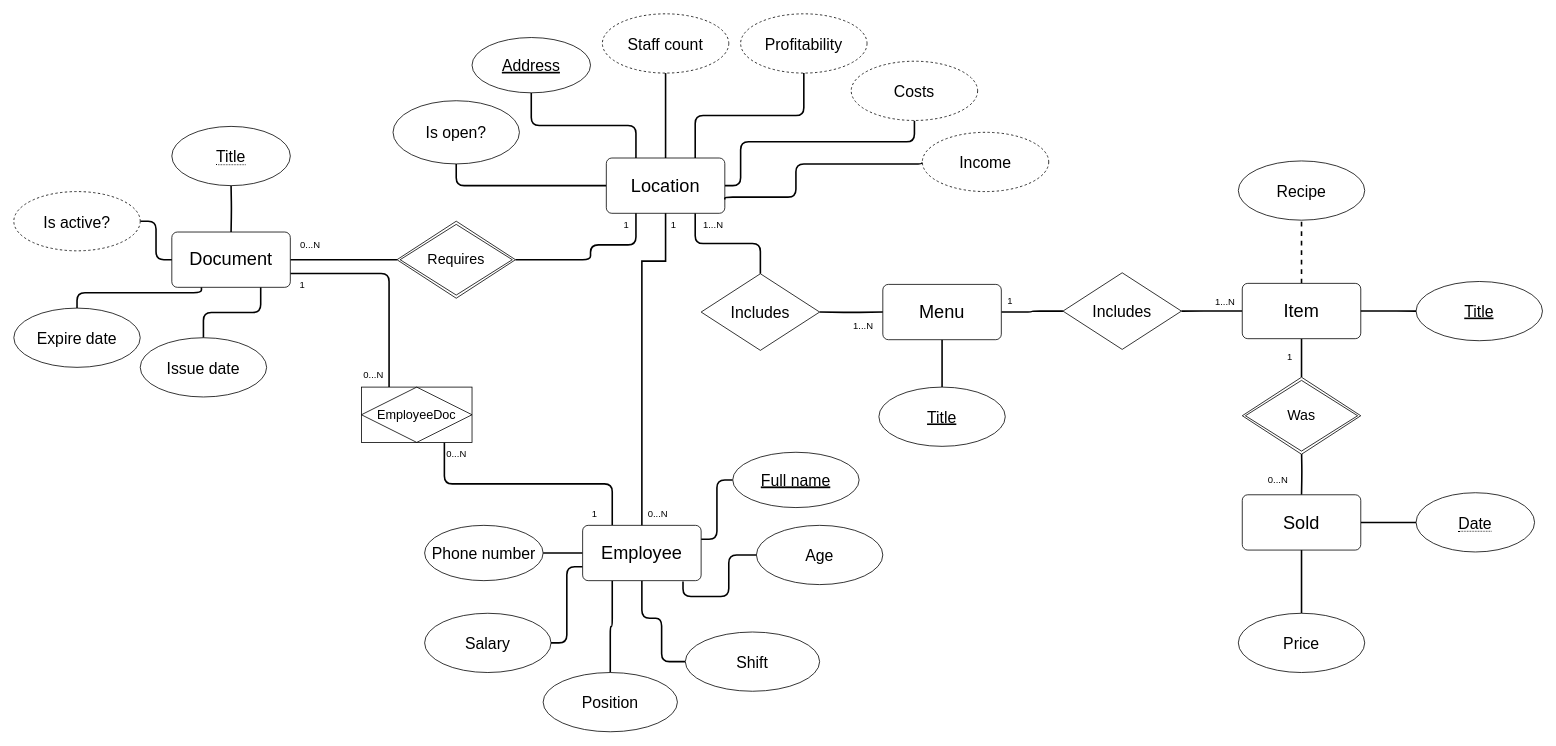
Before: lab1/diagrams/chen/er-chen.drawio.xml in MihajloVat/KPI_labs_3_sem, a draw.io diagram. Source tidied: cells renumbered, new cells numbered last; positions are measured from the earlier drawing's top-left corner, leaving out a move shared by most shapes. Both pictures are drawn from the tidied source at 79%, with x=0, y=0 at pixel (13, 13).
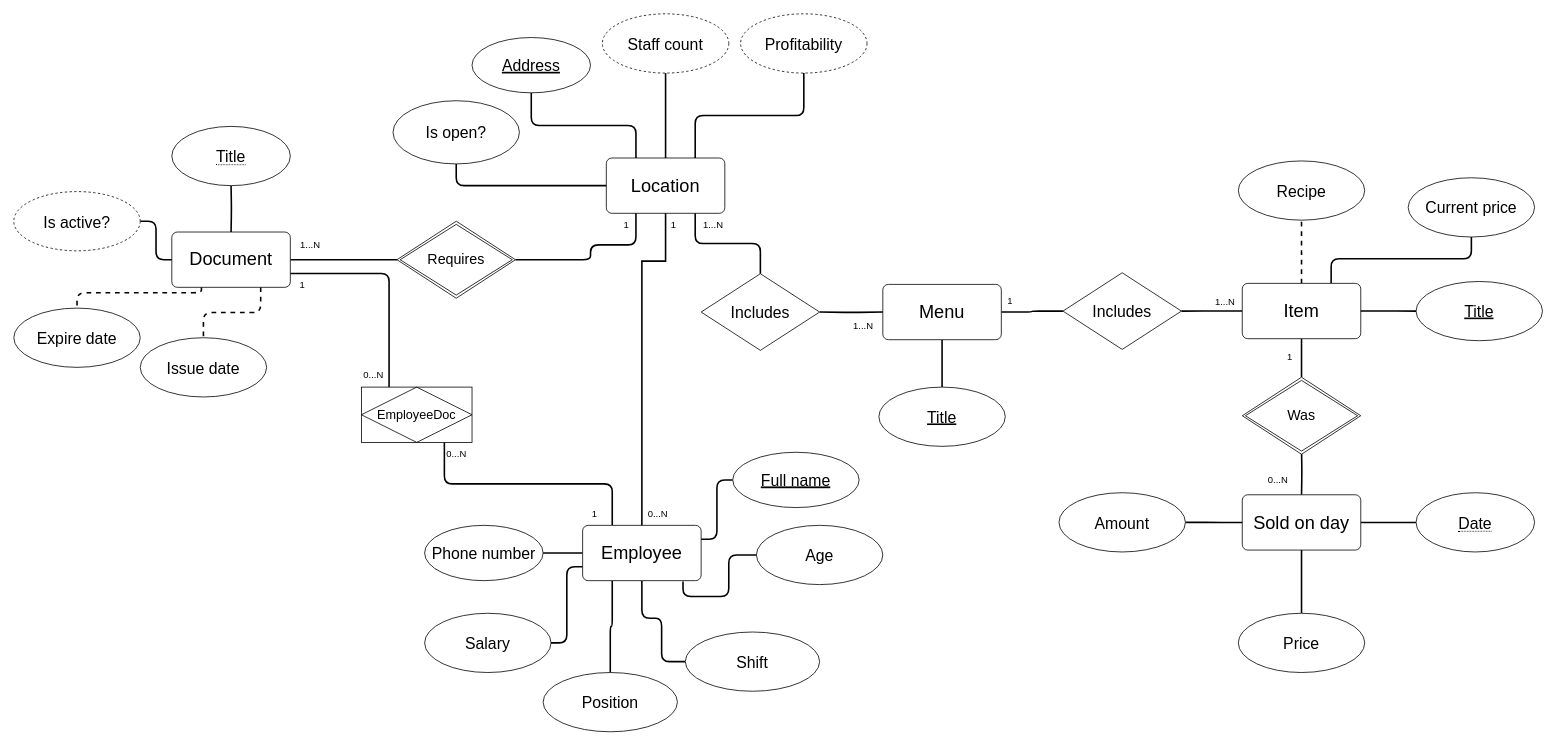
Above is the later version.

Unchanged cells that the change refers to:
```xml
<mxCell id="8" value="&lt;font style=&quot;font-size: 23px;&quot;&gt;Location&lt;/font&gt;" style="rounded=1;arcSize=10;whiteSpace=wrap;html=1;align=center;" parent="1" vertex="1">
  <mxGeometry x="750" y="182.5" width="150" height="70" as="geometry" />
</mxCell>
<mxCell id="24" value="&lt;span style=&quot;font-size: 23px;&quot;&gt;Item&lt;/span&gt;" style="rounded=1;arcSize=10;whiteSpace=wrap;html=1;align=center;" parent="1" vertex="1">
  <mxGeometry x="1555" y="341.2" width="150" height="70" as="geometry" />
</mxCell>
<mxCell id="31" value="&lt;span style=&quot;font-size: 20px;&quot;&gt;Issue date&lt;/span&gt;" style="ellipse;whiteSpace=wrap;html=1;align=center;" parent="1" vertex="1">
  <mxGeometry x="160" y="410" width="160" height="75" as="geometry" />
</mxCell>
<mxCell id="49" value="&lt;span style=&quot;font-size: 23px;&quot;&gt;Document&lt;/span&gt;" style="rounded=1;arcSize=10;whiteSpace=wrap;html=1;align=center;" parent="1" vertex="1">
  <mxGeometry x="200" y="276.2" width="150" height="70" as="geometry" />
</mxCell>
<mxCell id="57" value="&lt;span style=&quot;font-size: 20px;&quot;&gt;Expire date&lt;/span&gt;" style="ellipse;whiteSpace=wrap;html=1;align=center;" parent="1" vertex="1">
  <mxGeometry y="372.5" width="160" height="75" as="geometry" />
</mxCell>
```

Diff of the diagram source:
```diff
@@
-    <mxCell id="4" style="edgeStyle=orthogonalEdgeStyle;rounded=1;jettySize=auto;html=1;exitX=1;exitY=0.5;exitDx=0;exitDy=0;strokeWidth=2;curved=0;endArrow=none;endFill=0;entryX=0.5;entryY=1;entryDx=0;entryDy=0;" parent="1" edge="1" source="8" target="45">
-      <mxGeometry relative="1" as="geometry">
-        <Array as="points">
-          <mxPoint x="920" y="218" />
-          <mxPoint x="920" y="162" />
-          <mxPoint x="1140" y="162" />
-        </Array>
-      </mxGeometry>
-    </mxCell>
@@
+    <mxCell id="80" style="edgeStyle=orthogonalEdgeStyle;rounded=1;jettySize=auto;html=1;exitX=0.75;exitY=0;exitDx=0;exitDy=0;entryX=0.5;entryY=1;entryDx=0;entryDy=0;curved=0;strokeWidth=2;endArrow=none;endFill=0;" parent="1" edge="1" source="24" target="82">
+      <mxGeometry relative="1" as="geometry">
+        <Array as="points">
+          <mxPoint x="1668" y="310" />
+          <mxPoint x="1845" y="310" />
+        </Array>
+      </mxGeometry>
+    </mxCell>
@@
-    <mxCell id="29" style="edgeStyle=orthogonalEdgeStyle;rounded=1;jettySize=auto;html=1;exitX=0.75;exitY=1;exitDx=0;exitDy=0;entryX=0.5;entryY=0;entryDx=0;entryDy=0;strokeWidth=2;endArrow=none;endFill=0;curved=0;" parent="1" edge="1" source="49" target="31">
+    <mxCell id="29" style="edgeStyle=orthogonalEdgeStyle;rounded=1;jettySize=auto;html=1;exitX=0.75;exitY=1;exitDx=0;exitDy=0;entryX=0.5;entryY=0;entryDx=0;entryDy=0;strokeWidth=2;endArrow=none;endFill=0;curved=0;dashed=1;" parent="1" edge="1" source="49" target="31">
       <mxGeometry relative="1" as="geometry" />
     </mxCell>
@@
-    <mxCell id="43" style="edgeStyle=orthogonalEdgeStyle;rounded=1;jettySize=auto;html=1;exitX=1;exitY=0.75;exitDx=0;exitDy=0;curved=0;strokeWidth=2;endArrow=none;endFill=0;entryX=0;entryY=0.5;entryDx=0;entryDy=0;" parent="1" edge="1" source="8" target="44">
-      <mxGeometry relative="1" as="geometry">
-        <Array as="points">
-          <mxPoint x="900" y="232" />
-          <mxPoint x="990" y="232" />
-          <mxPoint x="990" y="190" />
-          <mxPoint x="1150" y="190" />
-        </Array>
-      </mxGeometry>
-    </mxCell>
-    <mxCell id="44" value="&lt;font style=&quot;font-size: 20px;&quot;&gt;Income&lt;/font&gt;" style="ellipse;whiteSpace=wrap;html=1;align=center;dashed=1;" parent="1" vertex="1">
-      <mxGeometry x="1150" y="150" width="160" height="75" as="geometry" />
-    </mxCell>
-    <mxCell id="45" value="&lt;span style=&quot;font-size: 20px;&quot;&gt;Costs&lt;/span&gt;" style="ellipse;whiteSpace=wrap;html=1;align=center;dashed=1;" parent="1" vertex="1">
-      <mxGeometry x="1060" y="60" width="160" height="75" as="geometry" />
-    </mxCell>
@@
-    <mxCell id="47" style="edgeStyle=orthogonalEdgeStyle;rounded=1;jettySize=auto;html=1;exitX=0.25;exitY=1;exitDx=0;exitDy=0;entryX=0.5;entryY=0;entryDx=0;entryDy=0;curved=0;strokeWidth=2;endArrow=none;endFill=0;" parent="1" edge="1" source="49" target="57">
+    <mxCell id="47" style="edgeStyle=orthogonalEdgeStyle;rounded=1;jettySize=auto;html=1;exitX=0.25;exitY=1;exitDx=0;exitDy=0;entryX=0.5;entryY=0;entryDx=0;entryDy=0;curved=0;strokeWidth=2;endArrow=none;endFill=0;dashed=1;" parent="1" edge="1" source="49" target="57">
       <mxGeometry relative="1" as="geometry">
         <Array as="points">
           <mxPoint x="238" y="353" />
           <mxPoint x="80" y="353" />
         </Array>
       </mxGeometry>
     </mxCell>
@@
-    <mxCell id="53" value="0...N" style="text;html=1;align=center;verticalAlign=middle;strokeColor=none;fillColor=none;rotation=0;" parent="1" vertex="1">
-      <mxGeometry x="350" y="277.5" width="50" height="30" as="geometry" />
+    <mxCell id="53" value="1...N" style="text;html=1;align=center;verticalAlign=middle;strokeColor=none;fillColor=none;rotation=0;" parent="1" vertex="1">
+      <mxGeometry x="340" y="257.5" width="70" height="70" as="geometry" />
     </mxCell>
@@
+    <mxCell id="81" style="edgeStyle=orthogonalEdgeStyle;rounded=1;jettySize=auto;html=1;exitX=0;exitY=0.5;exitDx=0;exitDy=0;entryX=1;entryY=0.5;entryDx=0;entryDy=0;curved=0;strokeWidth=2;endArrow=none;endFill=0;" parent="1" edge="1" source="64" target="83">
+      <mxGeometry relative="1" as="geometry" />
+    </mxCell>
-    <mxCell id="64" value="&lt;span style=&quot;font-size: 23px;&quot;&gt;Sold&lt;/span&gt;" style="rounded=1;arcSize=10;whiteSpace=wrap;html=1;align=center;" parent="1" vertex="1">
+    <mxCell id="64" value="&lt;span style=&quot;font-size: 23px;&quot;&gt;Sold on day&lt;/span&gt;" style="rounded=1;arcSize=10;whiteSpace=wrap;html=1;align=center;" parent="1" vertex="1">
       <mxGeometry x="1555" y="608.8" width="150" height="70" as="geometry" />
     </mxCell>
@@
+    <mxCell id="82" value="&lt;span style=&quot;font-size: 20px;&quot;&gt;Current price&lt;/span&gt;" style="ellipse;whiteSpace=wrap;html=1;align=center;" parent="1" vertex="1">
+      <mxGeometry x="1765" y="207.5" width="160" height="75" as="geometry" />
+    </mxCell>
+    <mxCell id="83" value="&lt;span style=&quot;font-size: 20px;&quot;&gt;Amount&lt;/span&gt;" style="ellipse;whiteSpace=wrap;html=1;align=center;" parent="1" vertex="1">
+      <mxGeometry x="1323" y="606.2" width="160" height="75" as="geometry" />
+    </mxCell>
```
